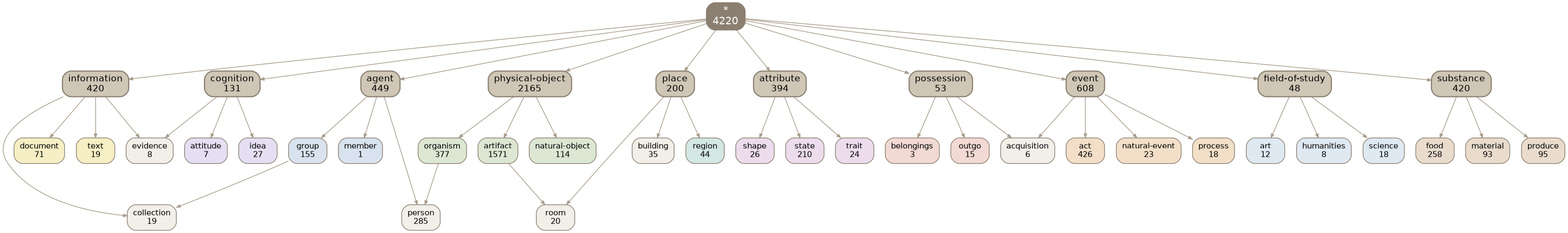
Above: docs/img/top.png in petfold/ontodag-core (Graphviz), before the change. Its source is kept beside it as docs/img/top.dot.
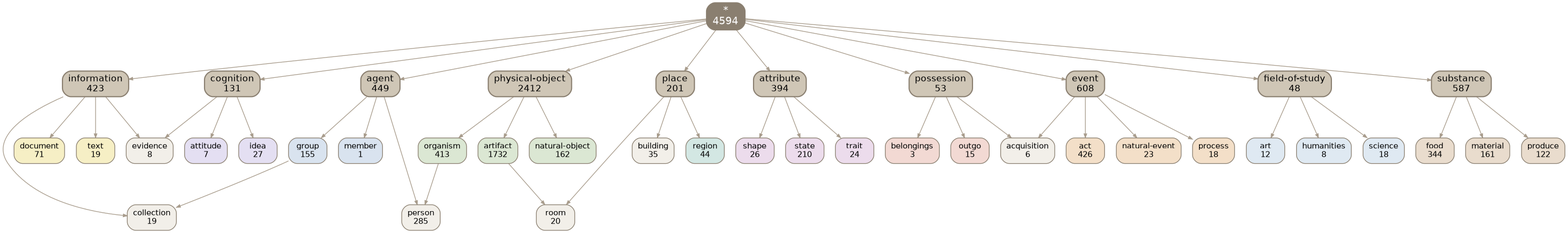
Later version of the same file.

Change to the diagram source:
```diff
@@ -2,7 +2,7 @@
   root="*"; rankdir=TB; ranksep=0.8; nodesep=0.22; splines=true; outputorder=edgesfirst;
   node [shape=box, style="rounded,filled", color="#8a7f70", fontname=Helvetica, fontsize=11];
   edge [color="#a89c8c", arrowsize=0.55];
-  "*" [label="*\n4220" fillcolor="#8a7f70" fontcolor="white" fontsize=14 penwidth=1.6];
+  "*" [label="*\n4594" fillcolor="#8a7f70" fontcolor="white" fontsize=14 penwidth=1.6];
   "*" -> "agent";
   "*" -> "attribute";
   "*" -> "cognition";
@@ -17,7 +17,7 @@
   "act" [label="act\n426" fillcolor="#f3dfc8"];
   "agent" [label="agent\n449" fillcolor="#cfc6b6" fontsize=13 penwidth=1.6];
   "art" [label="art\n12" fillcolor="#dfe9f2"];
-  "artifact" [label="artifact\n1571" fillcolor="#dbe7d3"];
+  "artifact" [label="artifact\n1732" fillcolor="#dbe7d3"];
   "attitude" [label="attitude\n7" fillcolor="#e4dff2"];
   "attribute" [label="attribute\n394" fillcolor="#cfc6b6" fontsize=13 penwidth=1.6];
   "belongings" [label="belongings\n3" fillcolor="#f2d9d3"];
@@ -28,65 +28,65 @@
   "event" [label="event\n608" fillcolor="#cfc6b6" fontsize=13 penwidth=1.6];
   "evidence" [label="evidence\n8" fillcolor="#f2efe9"];
   "field-of-study" [label="field-of-study\n48" fillcolor="#cfc6b6" fontsize=13 penwidth=1.6];
-  "food" [label="food\n258" fillcolor="#e9dccd"];
+  "food" [label="food\n344" fillcolor="#e9dccd"];
   "group" [label="group\n155" fillcolor="#d9e3ef"];
   "humanities" [label="humanities\n8" fillcolor="#dfe9f2"];
   "idea" [label="idea\n27" fillcolor="#e4dff2"];
-  "information" [label="information\n420" fillcolor="#cfc6b6" fontsize=13 penwidth=1.6];
-  "material" [label="material\n93" fillcolor="#e9dccd"];
+  "information" [label="information\n423" fillcolor="#cfc6b6" fontsize=13 penwidth=1.6];
+  "material" [label="material\n161" fillcolor="#e9dccd"];
   "member" [label="member\n1" fillcolor="#d9e3ef"];
   "natural-event" [label="natural-event\n23" fillcolor="#f3dfc8"];
-  "natural-object" [label="natural-object\n114" fillcolor="#dbe7d3"];
-  "organism" [label="organism\n377" fillcolor="#dbe7d3"];
+  "natural-object" [label="natural-object\n162" fillcolor="#dbe7d3"];
+  "organism" [label="organism\n413" fillcolor="#dbe7d3"];
   "outgo" [label="outgo\n15" fillcolor="#f2d9d3"];
   "person" [label="person\n285" fillcolor="#f2efe9"];
-  "physical-object" [label="physical-object\n2165" fillcolor="#cfc6b6" fontsize=13 penwidth=1.6];
-  "place" [label="place\n200" fillcolor="#cfc6b6" fontsize=13 penwidth=1.6];
+  "physical-object" [label="physical-object\n2412" fillcolor="#cfc6b6" fontsize=13 penwidth=1.6];
+  "place" [label="place\n201" fillcolor="#cfc6b6" fontsize=13 penwidth=1.6];
   "possession" [label="possession\n53" fillcolor="#cfc6b6" fontsize=13 penwidth=1.6];
   "process" [label="process\n18" fillcolor="#f3dfc8"];
-  "produce" [label="produce\n95" fillcolor="#e9dccd"];
+  "produce" [label="produce\n122" fillcolor="#e9dccd"];
   "region" [label="region\n44" fillcolor="#d3e7e3"];
   "room" [label="room\n20" fillcolor="#f2efe9"];
   "science" [label="science\n18" fillcolor="#dfe9f2"];
   "shape" [label="shape\n26" fillcolor="#ecdcec"];
   "state" [label="state\n210" fillcolor="#ecdcec"];
-  "substance" [label="substance\n420" fillcolor="#cfc6b6" fontsize=13 penwidth=1.6];
+  "substance" [label="substance\n587" fillcolor="#cfc6b6" fontsize=13 penwidth=1.6];
   "text" [label="text\n19" fillcolor="#f6efc5"];
   "trait" [label="trait\n24" fillcolor="#ecdcec"];
   { rank=same; "agent" "attribute" "cognition" "event" "field-of-study" "information" "physical-object" "place" "possession" "substance" }
-  "attribute" -> "state";
+  "substance" -> "material";
+  "event" -> "natural-event";
+  "event" -> "process";
+  "attribute" -> "shape";
   "information" -> "document";
-  "field-of-study" -> "art";
-  "physical-object" -> "organism";
-  "attribute" -> "shape";
-  "substance" -> "food";
   "event" -> "acquisition";
   "possession" -> "acquisition";
   "attribute" -> "trait";
+  "possession" -> "outgo";
+  "substance" -> "produce";
+  "cognition" -> "attitude";
+  "agent" -> "member";
   "cognition" -> "idea";
-  "event" -> "process";
+  "physical-object" -> "artifact";
+  "substance" -> "food";
+  "field-of-study" -> "humanities";
+  "artifact" -> "room";
+  "place" -> "room";
+  "cognition" -> "evidence";
+  "information" -> "evidence";
+  "possession" -> "belongings";
+  "physical-object" -> "natural-object";
+  "field-of-study" -> "science";
+  "field-of-study" -> "art";
+  "place" -> "building";
+  "agent" -> "person";
+  "organism" -> "person";
   "group" -> "collection";
   "information" -> "collection";
-  "place" -> "building";
+  "event" -> "act";
+  "information" -> "text";
+  "physical-object" -> "organism";
+  "place" -> "region";
+  "attribute" -> "state";
   "agent" -> "group";
-  "artifact" -> "room";
-  "place" -> "room";
-  "field-of-study" -> "science";
-  "cognition" -> "attitude";
-  "agent" -> "member";
-  "event" -> "natural-event";
-  "physical-object" -> "natural-object";
-  "agent" -> "person";
-  "organism" -> "person";
-  "field-of-study" -> "humanities";
-  "cognition" -> "evidence";
-  "information" -> "evidence";
-  "possession" -> "outgo";
-  "physical-object" -> "artifact";
-  "event" -> "act";
-  "possession" -> "belongings";
-  "place" -> "region";
-  "substance" -> "produce";
-  "substance" -> "material";
-  "information" -> "text";
 }
```
